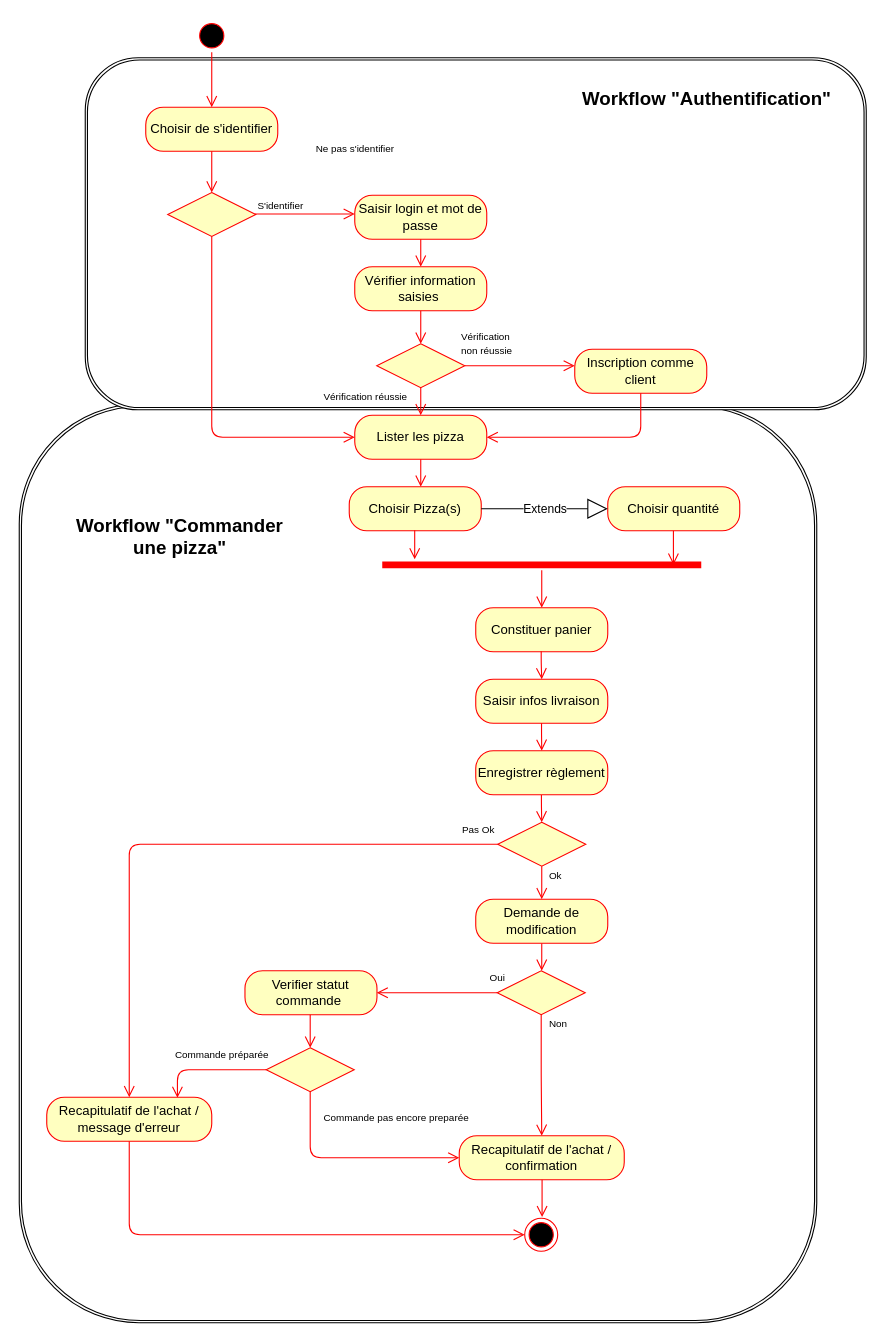
The draw.io diagram page 5 of 7 of P5-UseCase-definotion.drawio in Ketut38/OC-P5-Pizza, before the edit. Source tidied: cells renumbered, new cells numbered last; positions are measured from the earlier drawing's top-left corner, leaving out a move shared by most shapes. Both pictures are drawn from the tidied source at 110%, with x=0, y=0 at pixel (19, 19).
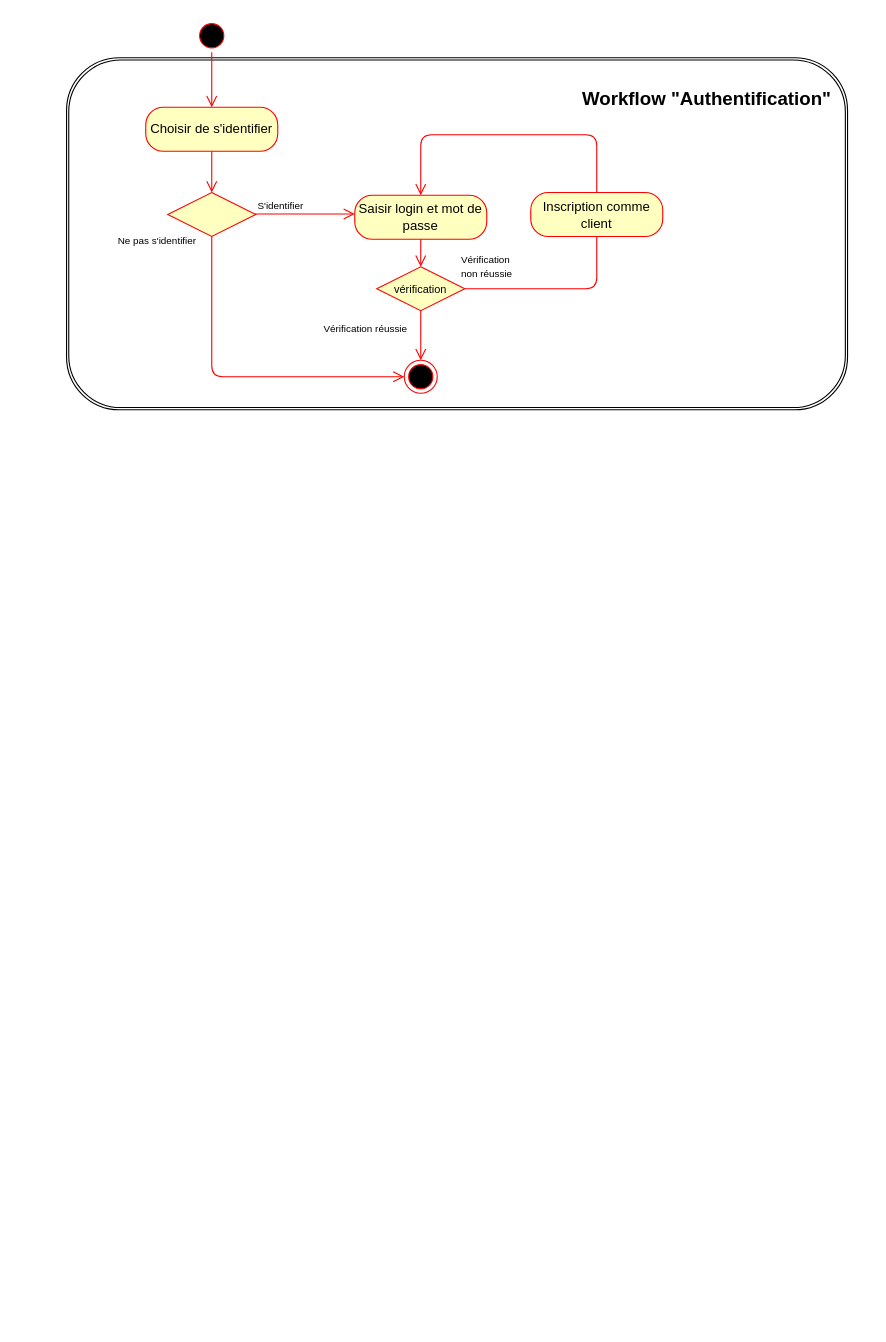
After the change.

Unchanged cells that the change refers to:
```xml
<mxCell id="6" value="Saisir login et mot de passe" style="rounded=1;whiteSpace=wrap;html=1;arcSize=40;fontColor=#000000;fillColor=#ffffc0;strokeColor=#ff0000;" parent="1" vertex="1">
  <mxGeometry x="305" y="160" width="120" height="40" as="geometry" />
</mxCell>
<mxCell id="15" style="rhombus;whiteSpace=wrap;html=1;fillColor=#ffffc0;strokeColor=#ff0000;" parent="1" vertex="1">
  <mxGeometry x="135" y="157.5" width="80" height="40" as="geometry" />
</mxCell>
```

What changed in the source:
```diff
@@
-    <mxCell id="2" style="shape=ext;double=1;rounded=1;whiteSpace=wrap;html=1;fontSize=15;" parent="1" vertex="1">
-      <mxGeometry y="350" width="725" height="835" as="geometry" />
-    </mxCell>
     <mxCell id="3" style="shape=ext;double=1;rounded=1;whiteSpace=wrap;html=1;fontSize=15;" parent="1" vertex="1">
-      <mxGeometry x="60" y="35" width="710" height="320" as="geometry" />
+      <mxGeometry x="43" y="35" width="710" height="320" as="geometry" />
     </mxCell>
@@
-    <mxCell id="8" style="rhombus;whiteSpace=wrap;html=1;fillColor=#ffffc0;strokeColor=#ff0000;" parent="1" vertex="1">
-      <mxGeometry x="325" y="295" width="80" height="40" as="geometry" />
+    <mxCell id="8" value="&lt;font size=&quot;1&quot;&gt;vérification&lt;/font&gt;" style="rhombus;whiteSpace=wrap;html=1;fillColor=#ffffc0;strokeColor=#ff0000;" parent="1" vertex="1">
+      <mxGeometry x="325" y="225" width="80" height="40" as="geometry" />
     </mxCell>
-    <mxCell id="9" value="&lt;font style=&quot;font-size: 9px&quot;&gt;Vérification&amp;nbsp;&lt;br&gt;non réussie&lt;/font&gt;" style="edgeStyle=orthogonalEdgeStyle;html=1;align=left;verticalAlign=bottom;endArrow=open;endSize=8;strokeColor=#ff0000;" parent="1" edge="1">
+    <mxCell id="9" value="&lt;font style=&quot;font-size: 9px&quot;&gt;Vérification&amp;nbsp;&lt;br&gt;non réussie&lt;/font&gt;" style="edgeStyle=orthogonalEdgeStyle;html=1;align=left;verticalAlign=bottom;endArrow=open;endSize=8;strokeColor=#ff0000;entryX=0.5;entryY=0;entryDx=0;entryDy=0;" parent="1" edge="1" target="6">
       <mxGeometry x="-1" y="7" relative="1" as="geometry">
-        <mxPoint x="405" y="315" as="sourcePoint" />
-        <mxPoint x="505" y="315" as="targetPoint" />
+        <mxPoint x="405" y="245" as="sourcePoint" />
         <Array as="points">
-          <mxPoint x="440" y="315" />
-          <mxPoint x="440" y="315" />
+          <mxPoint x="525" y="245" />
+          <mxPoint x="525" y="105" />
+          <mxPoint x="365" y="105" />
         </Array>
         <mxPoint x="-5" y="2" as="offset" />
       </mxGeometry>
     </mxCell>
-    <mxCell id="10" value="&lt;font style=&quot;font-size: 9px&quot;&gt;Vérification réussie&lt;/font&gt;" style="edgeStyle=orthogonalEdgeStyle;html=1;align=left;verticalAlign=top;endArrow=open;endSize=8;strokeColor=#ff0000;" parent="1" edge="1" source="8">
+    <mxCell id="10" value="&lt;font style=&quot;font-size: 9px&quot;&gt;Vérification réussie&lt;/font&gt;" style="edgeStyle=orthogonalEdgeStyle;html=1;align=left;verticalAlign=top;endArrow=open;endSize=8;strokeColor=#ff0000;entryX=0.5;entryY=0;entryDx=0;entryDy=0;" parent="1" edge="1" source="8" target="55">
       <mxGeometry x="-0.19" y="-91" relative="1" as="geometry">
-        <mxPoint x="365" y="360" as="targetPoint" />
-        <Array as="points">
-          <mxPoint x="365" y="345" />
-          <mxPoint x="365" y="345" />
-        </Array>
         <mxPoint x="1" y="-15" as="offset" />
       </mxGeometry>
     </mxCell>
-    <mxCell id="11" value="Vérifier information saisies&amp;nbsp;" style="rounded=1;whiteSpace=wrap;html=1;arcSize=40;fontColor=#000000;fillColor=#ffffc0;strokeColor=#ff0000;" parent="1" vertex="1">
-      <mxGeometry x="305" y="225" width="120" height="40" as="geometry" />
-    </mxCell>
-    <mxCell id="12" style="edgeStyle=orthogonalEdgeStyle;html=1;verticalAlign=bottom;endArrow=open;endSize=8;strokeColor=#ff0000;entryX=0.5;entryY=0;entryDx=0;entryDy=0;" parent="1" edge="1" source="11" target="8">
-      <mxGeometry relative="1" as="geometry" />
-    </mxCell>
@@
     <mxCell id="16" value="&lt;font style=&quot;font-size: 9px&quot;&gt;Ne pas s'identifier&lt;/font&gt;" style="edgeStyle=orthogonalEdgeStyle;html=1;align=left;verticalAlign=bottom;endArrow=open;endSize=8;strokeColor=#ff0000;" parent="1" edge="1" source="15">
-      <mxGeometry y="88" relative="1" as="geometry">
+      <mxGeometry x="0.01" y="-173" relative="1" as="geometry">
         <mxPoint x="305" y="177" as="targetPoint" />
-        <mxPoint x="8" y="37" as="offset" />
+        <mxPoint x="-172" y="-140" as="offset" />
       </mxGeometry>
     </mxCell>
-    <mxCell id="17" value="&lt;font style=&quot;font-size: 9px&quot;&gt;S'identifier&lt;/font&gt;" style="edgeStyle=orthogonalEdgeStyle;html=1;align=left;verticalAlign=top;endArrow=open;endSize=8;strokeColor=#ff0000;entryX=0;entryY=0.5;entryDx=0;entryDy=0;" parent="1" edge="1" source="15" target="19">
+    <mxCell id="17" value="&lt;font style=&quot;font-size: 9px&quot;&gt;S'identifier&lt;/font&gt;" style="edgeStyle=orthogonalEdgeStyle;html=1;align=left;verticalAlign=top;endArrow=open;endSize=8;strokeColor=#ff0000;entryX=0;entryY=0.5;entryDx=0;entryDy=0;" parent="1" edge="1" source="15" target="55">
       <mxGeometry x="-1" y="58" relative="1" as="geometry">
         <Array as="points">
-          <mxPoint x="175" y="380" />
+          <mxPoint x="175" y="325" />
         </Array>
         <mxPoint x="-18" y="-42" as="offset" />
       </mxGeometry>
     </mxCell>
     <mxCell id="18" value="Inscription comme client" style="rounded=1;whiteSpace=wrap;html=1;arcSize=40;fontColor=#000000;fillColor=#ffffc0;strokeColor=#ff0000;" parent="1" vertex="1">
-      <mxGeometry x="505" y="300" width="120" height="40" as="geometry" />
+      <mxGeometry x="465" y="157.5" width="120" height="40" as="geometry" />
     </mxCell>
-    <mxCell id="19" value="Lister les pizza" style="rounded=1;whiteSpace=wrap;html=1;arcSize=40;fontColor=#000000;fillColor=#ffffc0;strokeColor=#ff0000;" parent="1" vertex="1">
-      <mxGeometry x="305" y="360" width="120" height="40" as="geometry" />
-    </mxCell>
-    <mxCell id="20" style="edgeStyle=orthogonalEdgeStyle;html=1;verticalAlign=bottom;endArrow=open;endSize=8;strokeColor=#ff0000;exitX=0.5;exitY=1;exitDx=0;exitDy=0;" parent="1" edge="1" source="19">
-      <mxGeometry relative="1" as="geometry">
-        <mxPoint x="365" y="425" as="targetPoint" />
-        <Array as="points">
-          <mxPoint x="365" y="410" />
-          <mxPoint x="365" y="410" />
-        </Array>
-      </mxGeometry>
-    </mxCell>
-    <mxCell id="21" style="edgeStyle=orthogonalEdgeStyle;html=1;verticalAlign=bottom;endArrow=open;endSize=8;strokeColor=#ff0000;exitX=0.5;exitY=1;exitDx=0;exitDy=0;" parent="1" edge="1" source="18">
-      <mxGeometry relative="1" as="geometry">
-        <mxPoint x="425" y="380" as="targetPoint" />
-        <Array as="points">
-          <mxPoint x="565" y="380" />
-        </Array>
-      </mxGeometry>
-    </mxCell>
-    <mxCell id="22" value="Choisir Pizza(s)" style="rounded=1;whiteSpace=wrap;html=1;arcSize=40;fontColor=#000000;fillColor=#ffffc0;strokeColor=#ff0000;" parent="1" vertex="1">
-      <mxGeometry x="300" y="425" width="120" height="40" as="geometry" />
-    </mxCell>
-    <mxCell id="23" style="edgeStyle=orthogonalEdgeStyle;html=1;verticalAlign=bottom;endArrow=open;endSize=8;strokeColor=#ff0000;" parent="1" edge="1" target="26">
-      <mxGeometry relative="1" as="geometry">
-        <mxPoint x="359.5" y="464.5" as="sourcePoint" />
-        <Array as="points">
-          <mxPoint x="359.5" y="479.5" />
-          <mxPoint x="359.5" y="479.5" />
-        </Array>
-      </mxGeometry>
-    </mxCell>
-    <mxCell id="24" value="Choisir quantité" style="rounded=1;whiteSpace=wrap;html=1;arcSize=40;fontColor=#000000;fillColor=#ffffc0;strokeColor=#ff0000;" parent="1" vertex="1">
-      <mxGeometry x="535" y="425" width="120" height="40" as="geometry" />
-    </mxCell>
-    <mxCell id="25" style="edgeStyle=orthogonalEdgeStyle;html=1;verticalAlign=bottom;endArrow=open;endSize=8;strokeColor=#ff0000;" parent="1" edge="1">
-      <mxGeometry relative="1" as="geometry">
-        <mxPoint x="594.7" y="465" as="sourcePoint" />
-        <mxPoint x="594.7" y="495.8" as="targetPoint" />
-        <Array as="points">
-          <mxPoint x="595" y="480" />
-          <mxPoint x="595" y="480" />
-        </Array>
-      </mxGeometry>
-    </mxCell>
-    <mxCell id="26" style="shape=line;html=1;strokeWidth=6;strokeColor=#ff0000;" parent="1" vertex="1">
-      <mxGeometry x="330" y="491" width="290" height="10" as="geometry" />
-    </mxCell>
-    <mxCell id="27" style="edgeStyle=orthogonalEdgeStyle;html=1;verticalAlign=bottom;endArrow=open;endSize=8;strokeColor=#ff0000;" parent="1" edge="1" source="26">
-      <mxGeometry relative="1" as="geometry">
-        <mxPoint x="475" y="535" as="targetPoint" />
-        <Array as="points">
-          <mxPoint x="475" y="515" />
-          <mxPoint x="475" y="515" />
-        </Array>
-      </mxGeometry>
-    </mxCell>
-    <mxCell id="28" value="Extends" style="endArrow=block;endSize=16;endFill=0;html=1;exitX=1;exitY=0.5;exitDx=0;exitDy=0;" parent="1" edge="1" source="22">
-      <mxGeometry relative="1" as="geometry">
-        <mxPoint x="535" y="445" as="targetPoint" />
-      </mxGeometry>
-    </mxCell>
-    <mxCell id="29" value="Constituer panier" style="rounded=1;whiteSpace=wrap;html=1;arcSize=40;fontColor=#000000;fillColor=#ffffc0;strokeColor=#ff0000;" parent="1" vertex="1">
-      <mxGeometry x="415" y="535" width="120" height="40" as="geometry" />
-    </mxCell>
-    <mxCell id="30" style="edgeStyle=orthogonalEdgeStyle;html=1;verticalAlign=bottom;endArrow=open;endSize=8;strokeColor=#ff0000;" parent="1" edge="1">
-      <mxGeometry relative="1" as="geometry">
-        <mxPoint x="474.5" y="574.5" as="sourcePoint" />
-        <mxPoint x="475" y="600" as="targetPoint" />
-        <Array as="points">
-          <mxPoint x="475" y="585" />
-        </Array>
-      </mxGeometry>
-    </mxCell>
-    <mxCell id="31" value="Saisir infos livraison" style="rounded=1;whiteSpace=wrap;html=1;arcSize=40;fontColor=#000000;fillColor=#ffffc0;strokeColor=#ff0000;" parent="1" vertex="1">
-      <mxGeometry x="415" y="600" width="120" height="40" as="geometry" />
-    </mxCell>
-    <mxCell id="32" style="edgeStyle=orthogonalEdgeStyle;html=1;verticalAlign=bottom;endArrow=open;endSize=8;strokeColor=#ff0000;" parent="1" edge="1">
-      <mxGeometry relative="1" as="geometry">
-        <mxPoint x="474.8" y="640" as="sourcePoint" />
-        <mxPoint x="475" y="665" as="targetPoint" />
-        <Array as="points">
-          <mxPoint x="475" y="650" />
-          <mxPoint x="475" y="650" />
-        </Array>
-      </mxGeometry>
-    </mxCell>
-    <mxCell id="33" value="Enregistrer règlement" style="rounded=1;whiteSpace=wrap;html=1;arcSize=40;fontColor=#000000;fillColor=#ffffc0;strokeColor=#ff0000;" parent="1" vertex="1">
-      <mxGeometry x="415" y="665" width="120" height="40" as="geometry" />
-    </mxCell>
-    <mxCell id="34" style="edgeStyle=orthogonalEdgeStyle;html=1;verticalAlign=bottom;endArrow=open;endSize=8;strokeColor=#ff0000;" parent="1" edge="1">
-      <mxGeometry relative="1" as="geometry">
-        <mxPoint x="474.7" y="705.3" as="sourcePoint" />
-        <mxPoint x="475" y="730" as="targetPoint" />
-        <Array as="points">
-          <mxPoint x="475" y="715" />
-          <mxPoint x="475" y="715" />
-        </Array>
-      </mxGeometry>
-    </mxCell>
-    <mxCell id="35" style="rhombus;whiteSpace=wrap;html=1;fillColor=#ffffc0;strokeColor=#ff0000;" parent="1" vertex="1">
-      <mxGeometry x="435" y="730" width="80" height="40" as="geometry" />
-    </mxCell>
-    <mxCell id="36" value="&lt;font style=&quot;font-size: 9px&quot;&gt;Pas Ok&lt;/font&gt;" style="edgeStyle=orthogonalEdgeStyle;html=1;align=left;verticalAlign=bottom;endArrow=open;endSize=8;strokeColor=#ff0000;entryX=0.5;entryY=0;entryDx=0;entryDy=0;" parent="1" edge="1" target="48">
-      <mxGeometry x="-0.88" y="-5" relative="1" as="geometry">
-        <mxPoint x="435" y="750" as="sourcePoint" />
-        <Array as="points">
-          <mxPoint x="100" y="750" />
-        </Array>
-      </mxGeometry>
-    </mxCell>
-    <mxCell id="37" value="&lt;font style=&quot;font-size: 9px&quot;&gt;Ok&lt;/font&gt;" style="edgeStyle=orthogonalEdgeStyle;html=1;align=left;verticalAlign=top;endArrow=open;endSize=8;strokeColor=#ff0000;" parent="1" edge="1" source="35">
-      <mxGeometry x="-1" y="7" relative="1" as="geometry">
-        <mxPoint x="475" y="800" as="targetPoint" />
-        <Array as="points">
-          <mxPoint x="475" y="780" />
-          <mxPoint x="475" y="780" />
-        </Array>
-        <mxPoint x="-2" y="-5" as="offset" />
-      </mxGeometry>
-    </mxCell>
-    <mxCell id="38" value="Demande de modification" style="rounded=1;whiteSpace=wrap;html=1;arcSize=40;fontColor=#000000;fillColor=#ffffc0;strokeColor=#ff0000;" parent="1" vertex="1">
-      <mxGeometry x="415" y="800" width="120" height="40" as="geometry" />
-    </mxCell>
-    <mxCell id="39" style="edgeStyle=orthogonalEdgeStyle;html=1;verticalAlign=bottom;endArrow=open;endSize=8;strokeColor=#ff0000;" parent="1" edge="1">
-      <mxGeometry relative="1" as="geometry">
-        <mxPoint x="475" y="840.3" as="sourcePoint" />
-        <mxPoint x="475" y="865" as="targetPoint" />
-        <Array as="points">
-          <mxPoint x="475" y="850" />
-          <mxPoint x="475" y="850" />
-        </Array>
-      </mxGeometry>
-    </mxCell>
-    <mxCell id="40" style="rhombus;whiteSpace=wrap;html=1;fillColor=#ffffc0;strokeColor=#ff0000;" parent="1" vertex="1">
-      <mxGeometry x="434.5" y="865" width="80" height="40" as="geometry" />
-    </mxCell>
-    <mxCell id="41" value="&lt;font style=&quot;font-size: 9px&quot;&gt;Oui&lt;/font&gt;" style="edgeStyle=orthogonalEdgeStyle;html=1;align=left;verticalAlign=bottom;endArrow=open;endSize=8;strokeColor=#ff0000;exitX=0;exitY=0.5;exitDx=0;exitDy=0;" parent="1" edge="1" source="40">
-      <mxGeometry x="-0.83" y="-5" relative="1" as="geometry">
-        <mxPoint x="325" y="885" as="targetPoint" />
-        <Array as="points">
-          <mxPoint x="420" y="885" />
-          <mxPoint x="420" y="885" />
-        </Array>
-      </mxGeometry>
-    </mxCell>
-    <mxCell id="42" value="&lt;font style=&quot;font-size: 9px&quot;&gt;Non&lt;/font&gt;" style="edgeStyle=orthogonalEdgeStyle;html=1;align=left;verticalAlign=top;endArrow=open;endSize=8;strokeColor=#ff0000;entryX=0.5;entryY=0;entryDx=0;entryDy=0;" parent="1" edge="1" source="40" target="50">
-      <mxGeometry x="-1" y="7" relative="1" as="geometry">
-        <mxPoint x="-2" y="-5" as="offset" />
-      </mxGeometry>
-    </mxCell>
-    <mxCell id="43" value="Verifier statut commande&amp;nbsp;" style="rounded=1;whiteSpace=wrap;html=1;arcSize=40;fontColor=#000000;fillColor=#ffffc0;strokeColor=#ff0000;" parent="1" vertex="1">
-      <mxGeometry x="205.2" y="865" width="120" height="40" as="geometry" />
-    </mxCell>
-    <mxCell id="44" style="edgeStyle=orthogonalEdgeStyle;html=1;verticalAlign=bottom;endArrow=open;endSize=8;strokeColor=#ff0000;entryX=0.5;entryY=0;entryDx=0;entryDy=0;" parent="1" edge="1" source="43" target="45">
-      <mxGeometry relative="1" as="geometry">
-        <Array as="points">
-          <mxPoint x="265" y="920" />
-        </Array>
-      </mxGeometry>
-    </mxCell>
-    <mxCell id="45" style="rhombus;whiteSpace=wrap;html=1;fillColor=#ffffc0;strokeColor=#ff0000;" parent="1" vertex="1">
-      <mxGeometry x="224.5" y="935" width="80" height="40" as="geometry" />
-    </mxCell>
-    <mxCell id="46" value="&lt;font style=&quot;font-size: 9px&quot;&gt;Commande préparée&lt;/font&gt;" style="edgeStyle=orthogonalEdgeStyle;html=1;align=left;verticalAlign=bottom;endArrow=open;endSize=8;strokeColor=#ff0000;exitX=0;exitY=0.5;exitDx=0;exitDy=0;entryX=0.792;entryY=0.012;entryDx=0;entryDy=0;entryPerimeter=0;" parent="1" edge="1" source="45" target="48">
-      <mxGeometry x="0.52" y="-6" relative="1" as="geometry">
-        <mxPoint x="2" y="-5" as="offset" />
-      </mxGeometry>
-    </mxCell>
-    <mxCell id="47" value="&lt;font style=&quot;font-size: 9px&quot;&gt;Commande pas encore preparée&lt;/font&gt;" style="edgeStyle=orthogonalEdgeStyle;html=1;align=left;verticalAlign=top;endArrow=open;endSize=8;strokeColor=#ff0000;entryX=0;entryY=0.5;entryDx=0;entryDy=0;" parent="1" edge="1" source="45" target="50">
-      <mxGeometry x="-0.28" y="50" relative="1" as="geometry">
-        <Array as="points">
-          <mxPoint x="264" y="1035" />
-        </Array>
-      </mxGeometry>
-    </mxCell>
-    <mxCell id="48" value="Recapitulatif de l'achat /&lt;br&gt;message d'erreur" style="rounded=1;whiteSpace=wrap;html=1;arcSize=40;fontColor=#000000;fillColor=#ffffc0;strokeColor=#ff0000;" parent="1" vertex="1">
-      <mxGeometry x="25" y="980" width="150" height="40" as="geometry" />
-    </mxCell>
-    <mxCell id="49" style="edgeStyle=orthogonalEdgeStyle;html=1;verticalAlign=bottom;endArrow=open;endSize=8;strokeColor=#ff0000;exitX=0.5;exitY=1;exitDx=0;exitDy=0;" parent="1" edge="1" source="48" target="51">
-      <mxGeometry relative="1" as="geometry">
-        <Array as="points">
-          <mxPoint x="100" y="1105" />
-        </Array>
-      </mxGeometry>
-    </mxCell>
-    <mxCell id="50" value="Recapitulatif de l'achat /&lt;br&gt;confirmation" style="rounded=1;whiteSpace=wrap;html=1;arcSize=40;fontColor=#000000;fillColor=#ffffc0;strokeColor=#ff0000;" parent="1" vertex="1">
-      <mxGeometry x="400" y="1015" width="150" height="40" as="geometry" />
-    </mxCell>
-    <mxCell id="51" style="ellipse;html=1;shape=endState;fillColor=#000000;strokeColor=#ff0000;" parent="1" vertex="1">
-      <mxGeometry x="459.5" y="1090" width="30" height="30" as="geometry" />
-    </mxCell>
-    <mxCell id="52" style="edgeStyle=orthogonalEdgeStyle;html=1;verticalAlign=bottom;endArrow=open;endSize=8;strokeColor=#ff0000;" parent="1" edge="1">
-      <mxGeometry relative="1" as="geometry">
-        <mxPoint x="475.3" y="1055.1" as="sourcePoint" />
-        <mxPoint x="475.3" y="1088.9" as="targetPoint" />
-        <Array as="points">
-          <mxPoint x="475.5" y="1069.1" />
-          <mxPoint x="475.5" y="1069.1" />
-        </Array>
-      </mxGeometry>
-    </mxCell>
@@
-    <mxCell id="54" value="&lt;font style=&quot;font-size: 17px&quot;&gt;&lt;b&gt;Workflow &quot;Commander&lt;br&gt;&amp;nbsp; &amp;nbsp; &amp;nbsp; &amp;nbsp; &amp;nbsp; &amp;nbsp;une pizza&quot;&lt;br&gt;&lt;/b&gt;&lt;/font&gt;" style="text;html=1;align=left;verticalAlign=top;spacingTop=-4;fontSize=15;" parent="1" vertex="1">
-      <mxGeometry x="50" y="448.9" width="200" height="40" as="geometry" />
-    </mxCell>
+    <mxCell id="55" style="ellipse;html=1;shape=endState;fillColor=#000000;strokeColor=#ff0000;" parent="1" vertex="1">
+      <mxGeometry x="350" y="310" width="30" height="30" as="geometry" />
+    </mxCell>
```
